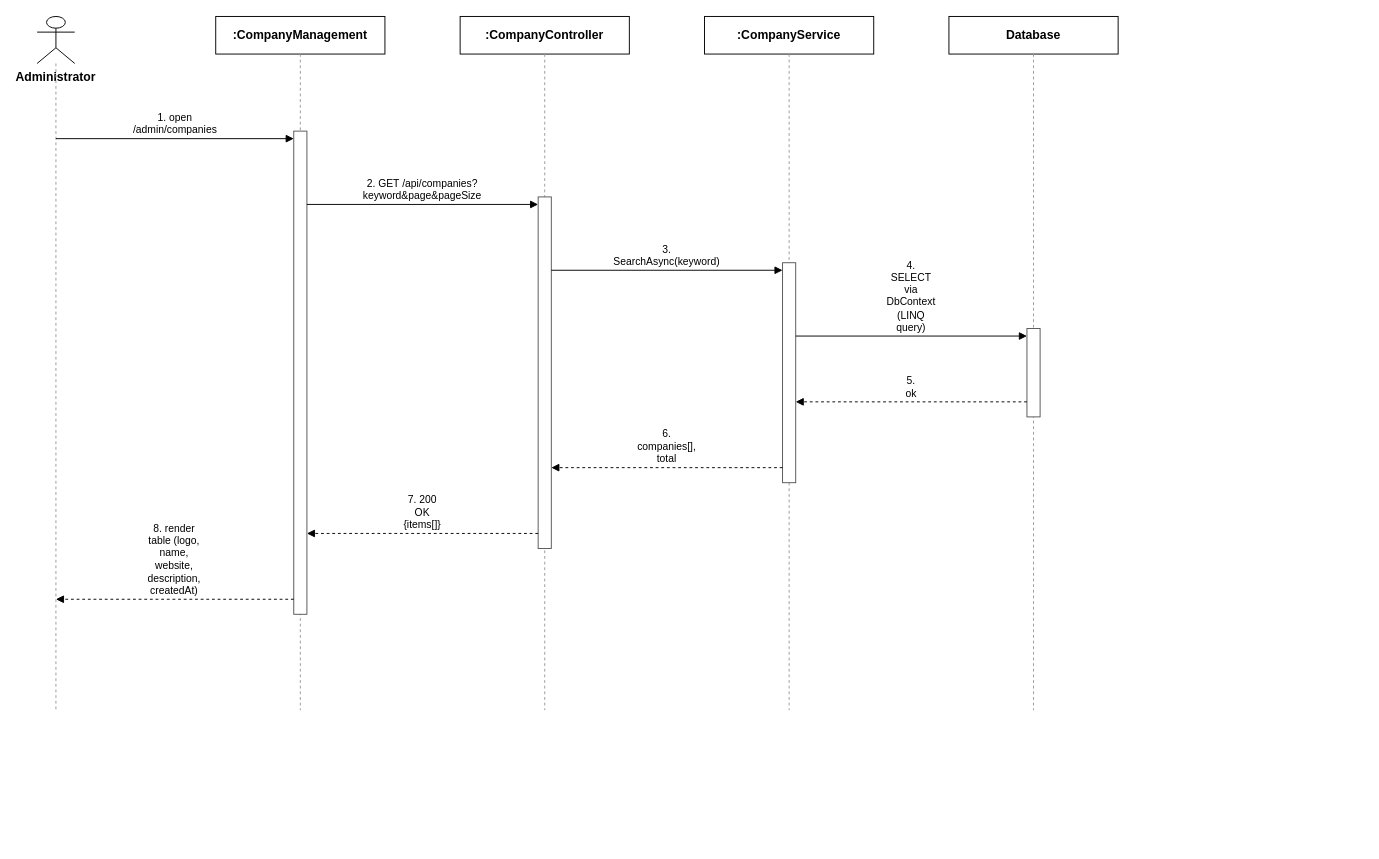
Earlier version of the draw.io diagram docs/qa/Hien_SequenceDiagram/Report4_SequenceDiagram_View_Company_List.drawio (tulklk/AI_Interview_Question_Generation_RAG_LLM_FE). Source tidied: cells renumbered, new cells numbered last; positions are measured from the earlier drawing's top-left corner, leaving out a move shared by most shapes. Both pictures are drawn from the tidied source at 94%, with x=0, y=0 at pixel (37, 16).
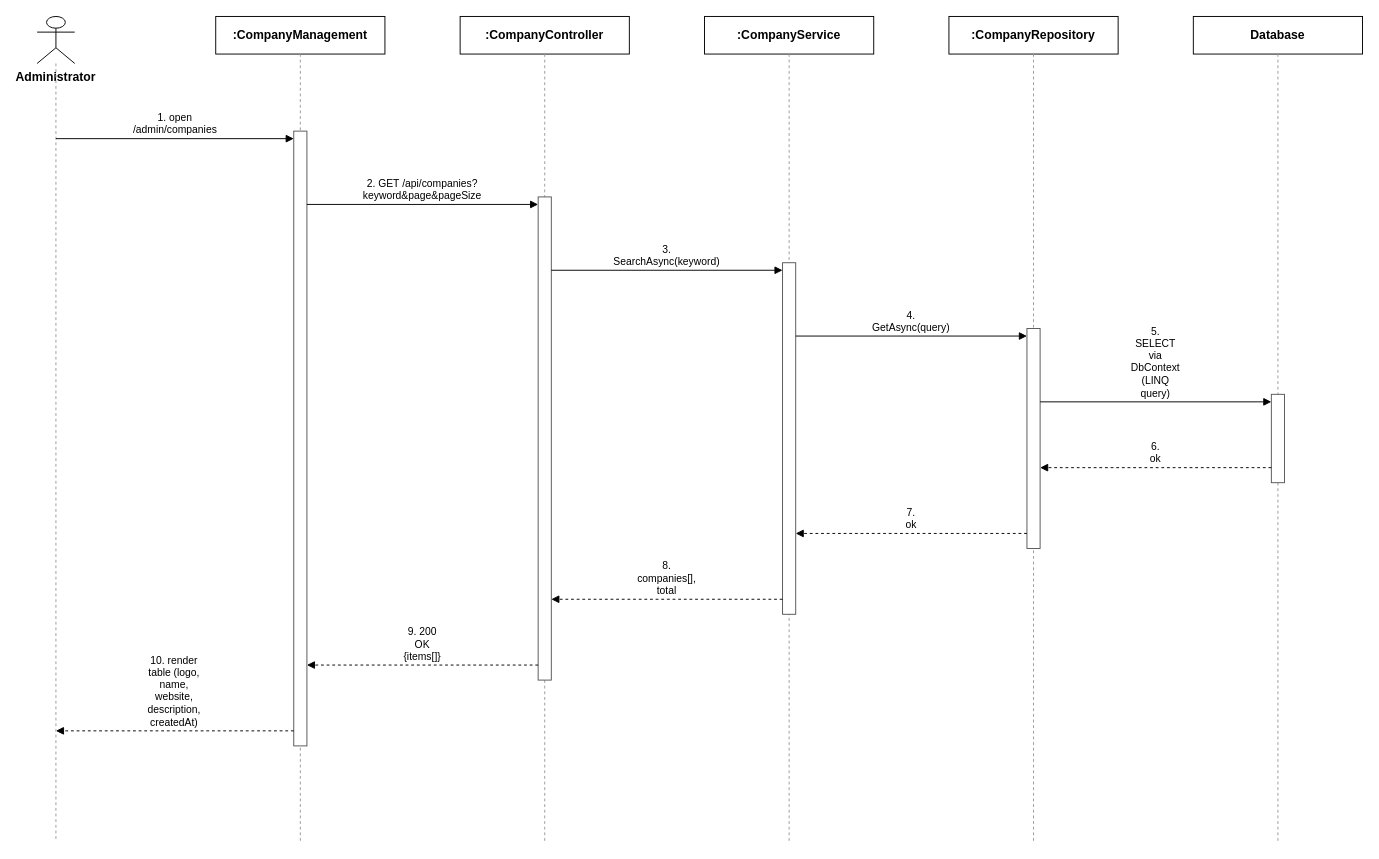
The same page after the edit.

Diff of the diagram source:
```diff
@@
     <mxCell id="3" style="endArrow=none;dashed=1;html=1;strokeColor=#999999;" parent="1" edge="1">
       <mxGeometry relative="1" as="geometry">
         <mxPoint x="20" y="50" as="sourcePoint" />
-        <mxPoint x="20" y="738" as="targetPoint" />
+        <mxPoint x="20" y="878" as="targetPoint" />
       </mxGeometry>
     </mxCell>
@@
     <mxCell id="5" style="endArrow=none;dashed=1;html=1;strokeColor=#999999;" parent="1" edge="1">
       <mxGeometry relative="1" as="geometry">
         <mxPoint x="280" y="40" as="sourcePoint" />
-        <mxPoint x="280" y="738" as="targetPoint" />
+        <mxPoint x="280" y="878" as="targetPoint" />
       </mxGeometry>
     </mxCell>
@@
     <mxCell id="7" style="endArrow=none;dashed=1;html=1;strokeColor=#999999;" parent="1" edge="1">
       <mxGeometry relative="1" as="geometry">
         <mxPoint x="540" y="40" as="sourcePoint" />
-        <mxPoint x="540" y="738" as="targetPoint" />
+        <mxPoint x="540" y="878" as="targetPoint" />
       </mxGeometry>
     </mxCell>
@@
     <mxCell id="9" style="endArrow=none;dashed=1;html=1;strokeColor=#999999;" parent="1" edge="1">
       <mxGeometry relative="1" as="geometry">
         <mxPoint x="800" y="40" as="sourcePoint" />
-        <mxPoint x="800" y="738" as="targetPoint" />
+        <mxPoint x="800" y="878" as="targetPoint" />
       </mxGeometry>
     </mxCell>
-    <mxCell id="10" value="Database" style="rounded=0;whiteSpace=wrap;html=1;fontSize=13;fillColor=#ffffff;strokeColor=#000000;fontStyle=1;" parent="1" vertex="1">
+    <mxCell id="10" value=":CompanyRepository" style="rounded=0;whiteSpace=wrap;html=1;fontSize=13;fillColor=#ffffff;strokeColor=#000000;fontStyle=1;" parent="1" vertex="1">
       <mxGeometry x="970" width="180" height="40" as="geometry" />
     </mxCell>
     <mxCell id="11" style="endArrow=none;dashed=1;html=1;strokeColor=#999999;" parent="1" edge="1">
       <mxGeometry relative="1" as="geometry">
         <mxPoint x="1060" y="40" as="sourcePoint" />
-        <mxPoint x="1060" y="738" as="targetPoint" />
+        <mxPoint x="1060" y="878" as="targetPoint" />
       </mxGeometry>
     </mxCell>
-    <mxCell id="12" style="rounded=0;whiteSpace=wrap;html=1;fillColor=#ffffff;strokeColor=#555555;" parent="1" vertex="1">
-      <mxGeometry x="273" y="122" width="14" height="514" as="geometry" />
+    <mxCell id="12" value="Database" style="rounded=0;whiteSpace=wrap;html=1;fontSize=13;fillColor=#ffffff;strokeColor=#000000;fontStyle=1;" parent="1" vertex="1">
+      <mxGeometry x="1230" width="180" height="40" as="geometry" />
     </mxCell>
-    <mxCell id="13" style="rounded=0;whiteSpace=wrap;html=1;fillColor=#ffffff;strokeColor=#555555;" parent="1" vertex="1">
-      <mxGeometry x="533" y="192" width="14" height="374" as="geometry" />
+    <mxCell id="13" style="endArrow=none;dashed=1;html=1;strokeColor=#999999;" parent="1" edge="1">
+      <mxGeometry relative="1" as="geometry">
+        <mxPoint x="1320" y="40" as="sourcePoint" />
+        <mxPoint x="1320" y="878" as="targetPoint" />
+      </mxGeometry>
     </mxCell>
     <mxCell id="14" style="rounded=0;whiteSpace=wrap;html=1;fillColor=#ffffff;strokeColor=#555555;" parent="1" vertex="1">
-      <mxGeometry x="793" y="262" width="14" height="234" as="geometry" />
+      <mxGeometry x="273" y="122" width="14" height="654" as="geometry" />
     </mxCell>
     <mxCell id="15" style="rounded=0;whiteSpace=wrap;html=1;fillColor=#ffffff;strokeColor=#555555;" parent="1" vertex="1">
-      <mxGeometry x="1053" y="332" width="14" height="94" as="geometry" />
+      <mxGeometry x="533" y="192" width="14" height="514" as="geometry" />
     </mxCell>
-    <mxCell id="16" value="1. open /admin/companies" style="endArrow=block;endFill=1;html=1;whiteSpace=wrap;fontSize=11;align=center;verticalAlign=bottom;labelBackgroundColor=#ffffff;strokeColor=#000000;" parent="1" edge="1">
-      <mxGeometry relative="1" as="geometry">
-        <mxPoint x="20" y="130" as="sourcePoint" />
-        <mxPoint x="273" y="130" as="targetPoint" />
-      </mxGeometry>
+    <mxCell id="16" style="rounded=0;whiteSpace=wrap;html=1;fillColor=#ffffff;strokeColor=#555555;" parent="1" vertex="1">
+      <mxGeometry x="793" y="262" width="14" height="374" as="geometry" />
     </mxCell>
-    <mxCell id="17" value="2. GET /api/companies?keyword&amp;page&amp;pageSize" style="endArrow=block;endFill=1;html=1;whiteSpace=wrap;fontSize=11;align=center;verticalAlign=bottom;labelBackgroundColor=#ffffff;strokeColor=#000000;" parent="1" edge="1">
-      <mxGeometry relative="1" as="geometry">
-        <mxPoint x="287" y="200" as="sourcePoint" />
-        <mxPoint x="533" y="200" as="targetPoint" />
-      </mxGeometry>
+    <mxCell id="17" style="rounded=0;whiteSpace=wrap;html=1;fillColor=#ffffff;strokeColor=#555555;" parent="1" vertex="1">
+      <mxGeometry x="1053" y="332" width="14" height="234" as="geometry" />
     </mxCell>
-    <mxCell id="18" value="3. SearchAsync(keyword)" style="endArrow=block;endFill=1;html=1;whiteSpace=wrap;fontSize=11;align=center;verticalAlign=bottom;labelBackgroundColor=#ffffff;strokeColor=#000000;" parent="1" edge="1">
-      <mxGeometry relative="1" as="geometry">
-        <mxPoint x="547" y="270" as="sourcePoint" />
-        <mxPoint x="793" y="270" as="targetPoint" />
-      </mxGeometry>
+    <mxCell id="18" style="rounded=0;whiteSpace=wrap;html=1;fillColor=#ffffff;strokeColor=#555555;" parent="1" vertex="1">
+      <mxGeometry x="1313" y="402" width="14" height="94" as="geometry" />
     </mxCell>
-    <mxCell id="19" value="4. SELECT via DbContext (LINQ query)" style="endArrow=block;endFill=1;html=1;whiteSpace=wrap;fontSize=11;align=center;verticalAlign=bottom;labelBackgroundColor=#ffffff;strokeColor=#000000;" parent="1" edge="1">
+    <mxCell id="19" value="1. open /admin/companies" style="endArrow=block;endFill=1;html=1;whiteSpace=wrap;fontSize=11;align=center;verticalAlign=bottom;labelBackgroundColor=#ffffff;strokeColor=#000000;" parent="1" edge="1">
       <mxGeometry relative="1" as="geometry">
-        <mxPoint x="807" y="340" as="sourcePoint" />
-        <mxPoint x="1053" y="340" as="targetPoint" />
+        <mxPoint x="20" y="130" as="sourcePoint" />
+        <mxPoint x="273" y="130" as="targetPoint" />
       </mxGeometry>
     </mxCell>
-    <mxCell id="20" value="5. ok" style="endArrow=block;endFill=1;html=1;whiteSpace=wrap;dashed=1;fontSize=11;align=center;verticalAlign=bottom;labelBackgroundColor=#ffffff;strokeColor=#000000;" parent="1" edge="1">
+    <mxCell id="20" value="2. GET /api/companies?keyword&amp;page&amp;pageSize" style="endArrow=block;endFill=1;html=1;whiteSpace=wrap;fontSize=11;align=center;verticalAlign=bottom;labelBackgroundColor=#ffffff;strokeColor=#000000;" parent="1" edge="1">
       <mxGeometry relative="1" as="geometry">
-        <mxPoint x="1053" y="410" as="sourcePoint" />
-        <mxPoint x="807" y="410" as="targetPoint" />
+        <mxPoint x="287" y="200" as="sourcePoint" />
+        <mxPoint x="533" y="200" as="targetPoint" />
       </mxGeometry>
     </mxCell>
-    <mxCell id="21" value="6. companies[], total" style="endArrow=block;endFill=1;html=1;whiteSpace=wrap;dashed=1;fontSize=11;align=center;verticalAlign=bottom;labelBackgroundColor=#ffffff;strokeColor=#000000;" parent="1" edge="1">
+    <mxCell id="21" value="3. SearchAsync(keyword)" style="endArrow=block;endFill=1;html=1;whiteSpace=wrap;fontSize=11;align=center;verticalAlign=bottom;labelBackgroundColor=#ffffff;strokeColor=#000000;" parent="1" edge="1">
       <mxGeometry relative="1" as="geometry">
-        <mxPoint x="793" y="480" as="sourcePoint" />
-        <mxPoint x="547" y="480" as="targetPoint" />
+        <mxPoint x="547" y="270" as="sourcePoint" />
+        <mxPoint x="793" y="270" as="targetPoint" />
       </mxGeometry>
     </mxCell>
-    <mxCell id="22" value="7. 200 OK {items[]}" style="endArrow=block;endFill=1;html=1;whiteSpace=wrap;dashed=1;fontSize=11;align=center;verticalAlign=bottom;labelBackgroundColor=#ffffff;strokeColor=#000000;" parent="1" edge="1">
+    <mxCell id="22" value="4. GetAsync(query)" style="endArrow=block;endFill=1;html=1;whiteSpace=wrap;fontSize=11;align=center;verticalAlign=bottom;labelBackgroundColor=#ffffff;strokeColor=#000000;" parent="1" edge="1">
       <mxGeometry relative="1" as="geometry">
-        <mxPoint x="533" y="550" as="sourcePoint" />
-        <mxPoint x="287" y="550" as="targetPoint" />
+        <mxPoint x="807" y="340" as="sourcePoint" />
+        <mxPoint x="1053" y="340" as="targetPoint" />
       </mxGeometry>
     </mxCell>
-    <mxCell id="23" value="8. render table (logo, name, website, description,&lt;br&gt;createdAt)" style="endArrow=block;endFill=1;html=1;whiteSpace=wrap;dashed=1;fontSize=11;align=center;verticalAlign=bottom;labelBackgroundColor=#ffffff;strokeColor=#000000;" parent="1" edge="1">
+    <mxCell id="23" value="5. SELECT via DbContext (LINQ query)" style="endArrow=block;endFill=1;html=1;whiteSpace=wrap;fontSize=11;align=center;verticalAlign=bottom;labelBackgroundColor=#ffffff;strokeColor=#000000;" parent="1" edge="1">
       <mxGeometry relative="1" as="geometry">
-        <mxPoint x="273" y="620" as="sourcePoint" />
-        <mxPoint x="20" y="620" as="targetPoint" />
+        <mxPoint x="1067" y="410" as="sourcePoint" />
+        <mxPoint x="1313" y="410" as="targetPoint" />
       </mxGeometry>
     </mxCell>
+    <mxCell id="24" value="6. ok" style="endArrow=block;endFill=1;html=1;whiteSpace=wrap;dashed=1;fontSize=11;align=center;verticalAlign=bottom;labelBackgroundColor=#ffffff;strokeColor=#000000;" parent="1" edge="1">
+      <mxGeometry relative="1" as="geometry">
+        <mxPoint x="1313" y="480" as="sourcePoint" />
+        <mxPoint x="1067" y="480" as="targetPoint" />
+      </mxGeometry>
+    </mxCell>
+    <mxCell id="25" value="7. ok" style="endArrow=block;endFill=1;html=1;whiteSpace=wrap;dashed=1;fontSize=11;align=center;verticalAlign=bottom;labelBackgroundColor=#ffffff;strokeColor=#000000;" parent="1" edge="1">
+      <mxGeometry relative="1" as="geometry">
+        <mxPoint x="1053" y="550" as="sourcePoint" />
+        <mxPoint x="807" y="550" as="targetPoint" />
+      </mxGeometry>
+    </mxCell>
+    <mxCell id="26" value="8. companies[], total" style="endArrow=block;endFill=1;html=1;whiteSpace=wrap;dashed=1;fontSize=11;align=center;verticalAlign=bottom;labelBackgroundColor=#ffffff;strokeColor=#000000;" parent="1" edge="1">
+      <mxGeometry relative="1" as="geometry">
+        <mxPoint x="793" y="620" as="sourcePoint" />
+        <mxPoint x="547" y="620" as="targetPoint" />
+      </mxGeometry>
+    </mxCell>
+    <mxCell id="27" value="9. 200 OK {items[]}" style="endArrow=block;endFill=1;html=1;whiteSpace=wrap;dashed=1;fontSize=11;align=center;verticalAlign=bottom;labelBackgroundColor=#ffffff;strokeColor=#000000;" parent="1" edge="1">
+      <mxGeometry relative="1" as="geometry">
+        <mxPoint x="533" y="690" as="sourcePoint" />
+        <mxPoint x="287" y="690" as="targetPoint" />
+      </mxGeometry>
+    </mxCell>
+    <mxCell id="28" value="10. render table (logo, name, website, description,&lt;br&gt;createdAt)" style="endArrow=block;endFill=1;html=1;whiteSpace=wrap;dashed=1;fontSize=11;align=center;verticalAlign=bottom;labelBackgroundColor=#ffffff;strokeColor=#000000;" parent="1" edge="1">
+      <mxGeometry relative="1" as="geometry">
+        <mxPoint x="273" y="760" as="sourcePoint" />
+        <mxPoint x="20" y="760" as="targetPoint" />
+      </mxGeometry>
+    </mxCell>
```
